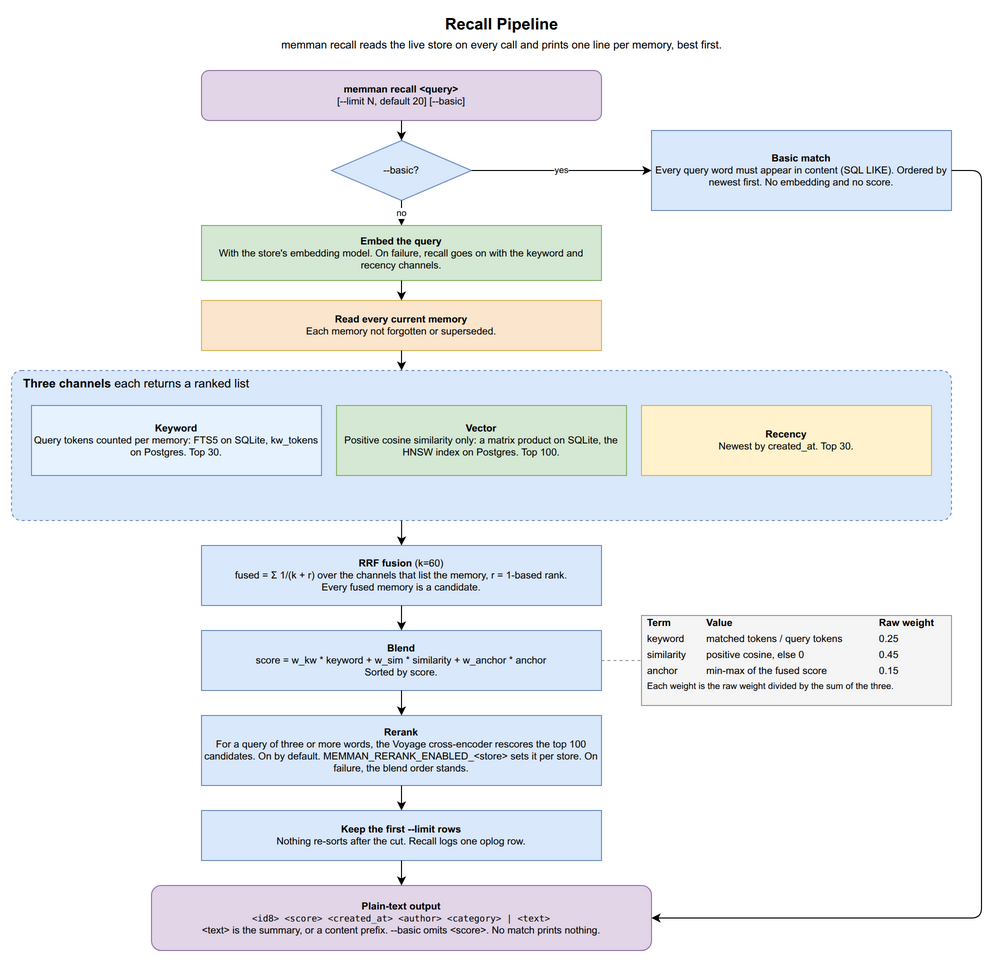
The draw.io diagram docs/diagrams/05-recall-pipeline.drawio.png in bissli/memman, before a commit. Source tidied: cells renumbered, new cells last; positions are measured from the earlier drawing's top-left corner, leaving out a move shared by most shapes.
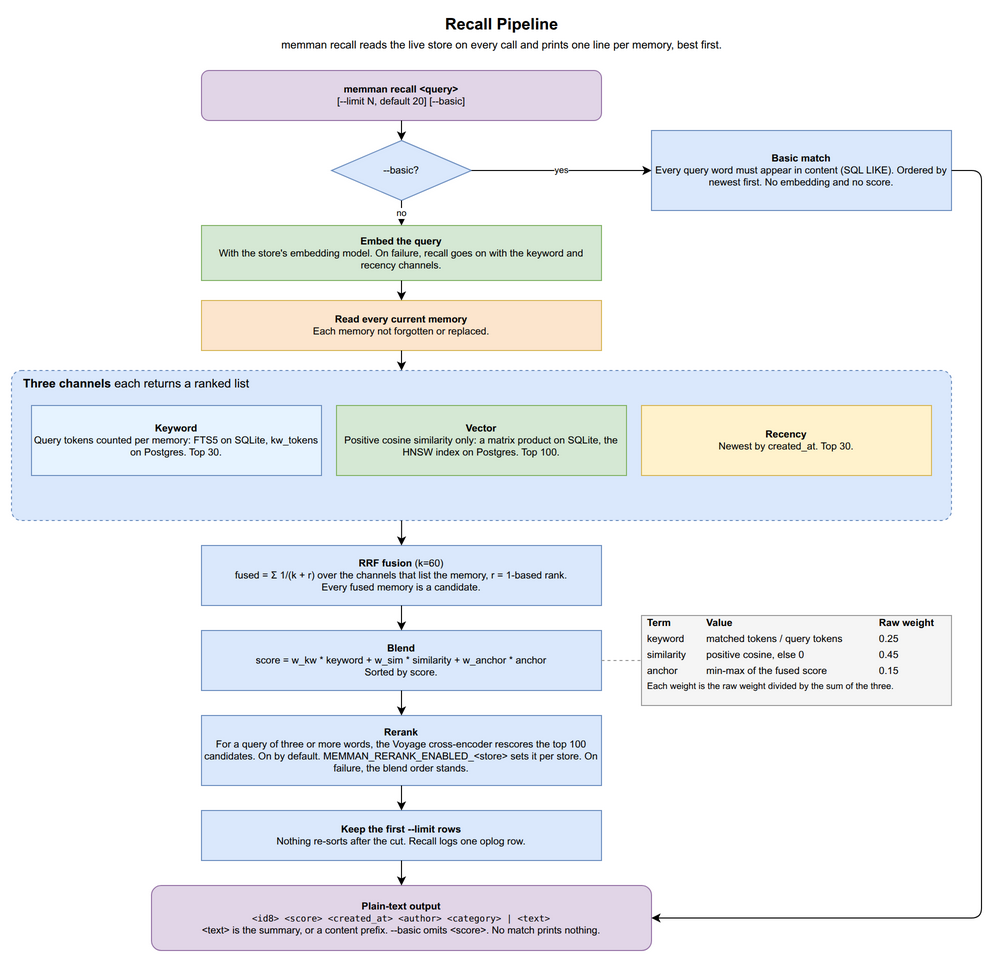
Later version of the same file.

The edit, as a diff of the source:
```diff
@@ -17,7 +17,7 @@
     <mxCell id="6" value="&lt;b&gt;Embed the query&lt;/b&gt;&lt;br&gt;With the store's embedding model. On failure, recall goes on with the keyword and recency channels." style="rounded=0;whiteSpace=wrap;html=1;fillColor=#d5e8d4;strokeColor=#82b366;fontSize=10;" parent="1" vertex="1">
       <mxGeometry x="190" y="215" width="400" height="55" as="geometry" />
     </mxCell>
-    <mxCell id="7" value="&lt;b&gt;Read every current memory&lt;/b&gt;&lt;br&gt;Each memory not forgotten or superseded." style="rounded=0;whiteSpace=wrap;html=1;fillColor=#fce5cd;strokeColor=#d6b656;fontSize=10;" parent="1" vertex="1">
+    <mxCell id="7" value="&lt;b&gt;Read every current memory&lt;/b&gt;&lt;br&gt;Each memory not forgotten or replaced." style="rounded=0;whiteSpace=wrap;html=1;fillColor=#fce5cd;strokeColor=#d6b656;fontSize=10;" parent="1" vertex="1">
       <mxGeometry x="190" y="290" width="400" height="50" as="geometry" />
     </mxCell>
     <mxCell id="8" value="&lt;b&gt;Three channels&lt;/b&gt;  each returns a ranked list" style="rounded=1;absoluteArcSize=1;arcSize=20;whiteSpace=wrap;html=1;fillColor=#dae8fc;strokeColor=#6c8ebf;verticalAlign=top;fontSize=12;align=left;spacingLeft=10;dashed=1;" parent="1" vertex="1">
```
